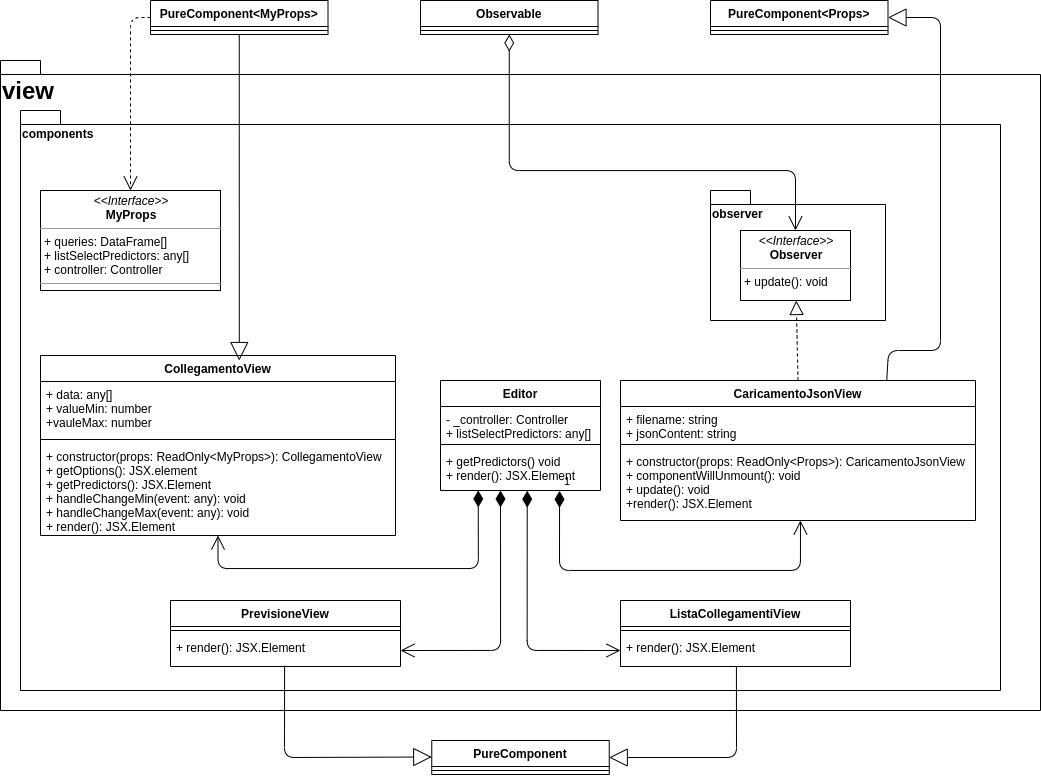
teamafkSWE/PredireInGrafana-docs keeps this draw.io diagram as Diagrams/Classes_diagrams/plugin_view.png. Above is the earlier version. Source tidied: cells renumbered, new cells last; positions are measured from the earlier drawing's top-left corner, leaving out a move shared by most shapes.
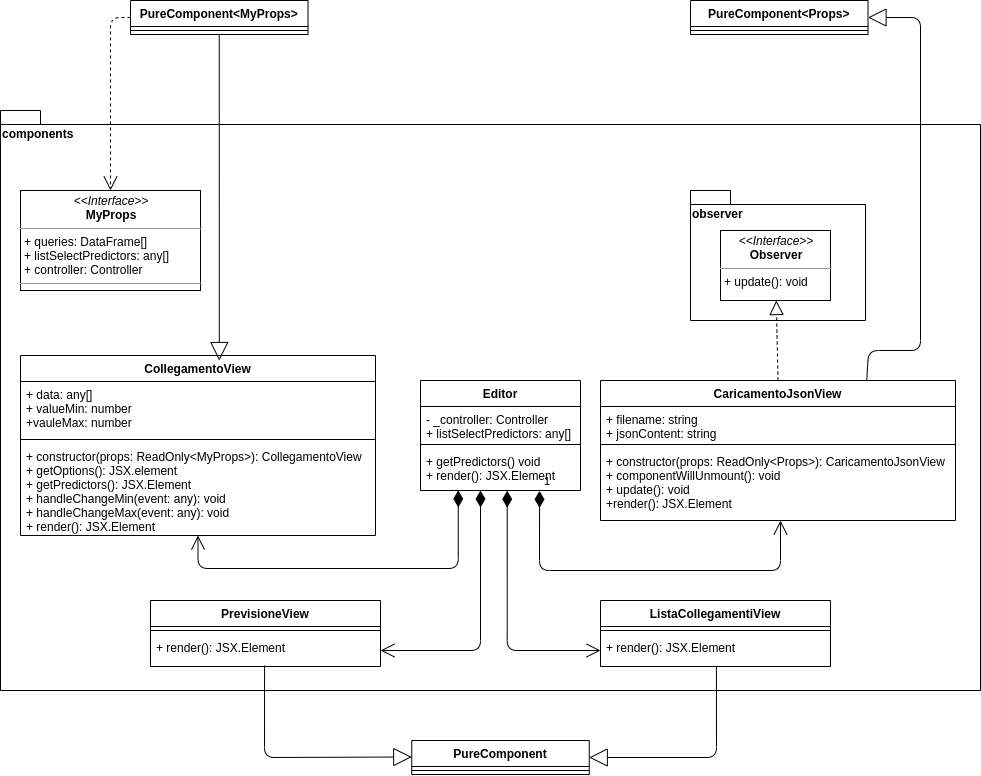
After the change.

Diff of the diagram source:
```diff
@@ -2,9 +2,6 @@
   <root>
     <mxCell id="0" />
     <mxCell id="1" parent="0" />
-    <mxCell id="2" value="&lt;font style=&quot;font-size: 24px&quot;&gt;view&lt;/font&gt;" style="shape=folder;fontStyle=1;spacingTop=10;tabWidth=40;tabHeight=14;tabPosition=left;html=1;align=left;verticalAlign=top;" parent="1" vertex="1">
-      <mxGeometry y="60" width="1040" height="650" as="geometry" />
-    </mxCell>
     <mxCell id="3" value="components" style="shape=folder;fontStyle=1;spacingTop=10;tabWidth=40;tabHeight=14;tabPosition=left;html=1;align=left;verticalAlign=top;" parent="1" vertex="1">
       <mxGeometry x="20" y="110" width="980" height="580" as="geometry" />
     </mxCell>
@@ -17,14 +14,6 @@
     <mxCell id="6" value="&lt;p style=&quot;margin: 0px ; margin-top: 4px ; text-align: center&quot;&gt;&lt;i&gt;&amp;lt;&amp;lt;Interface&amp;gt;&amp;gt;&lt;/i&gt;&lt;br&gt;&lt;b&gt;MyProps&lt;/b&gt;&lt;/p&gt;&lt;hr size=&quot;1&quot;&gt;&lt;p style=&quot;margin: 0px ; margin-left: 4px&quot;&gt;+ queries: DataFrame[]&lt;br&gt;+ listSelectPredictors: any[]&lt;/p&gt;&lt;p style=&quot;margin: 0px ; margin-left: 4px&quot;&gt;+ controller: Controller&lt;/p&gt;&lt;hr size=&quot;1&quot;&gt;&lt;p style=&quot;margin: 0px ; margin-left: 4px&quot;&gt;&lt;br&gt;&lt;/p&gt;" style="verticalAlign=top;align=left;overflow=fill;fontSize=12;fontFamily=Helvetica;html=1;" parent="1" vertex="1">
       <mxGeometry x="40" y="190" width="180" height="100" as="geometry" />
     </mxCell>
-    <mxCell id="7" style="endArrow=open;html=1;endSize=12;startArrow=diamondThin;startSize=14;startFill=0;edgeStyle=orthogonalEdgeStyle;align=left;verticalAlign=bottom;exitX=0.5;exitY=1;exitDx=0;exitDy=0;" parent="1" edge="1" source="38" target="5">
-      <mxGeometry x="-1" y="3" relative="1" as="geometry">
-        <Array as="points">
-          <mxPoint x="509" y="170" />
-          <mxPoint x="795" y="170" />
-        </Array>
-      </mxGeometry>
-    </mxCell>
     <mxCell id="8" style="endArrow=block;dashed=1;endFill=0;endSize=12;html=1;exitX=0.5;exitY=0;exitDx=0;exitDy=0;" parent="1" edge="1" source="9" target="5">
       <mxGeometry relative="1" as="geometry" />
     </mxCell>
@@ -141,12 +130,6 @@
         <mxPoint x="90" y="-13" as="offset" />
       </mxGeometry>
     </mxCell>
-    <mxCell id="38" value="Observable" style="swimlane;fontStyle=1;align=center;verticalAlign=top;horizontal=1;startSize=26;" parent="1" vertex="1">
-      <mxGeometry x="420" width="177.5" height="34" as="geometry" />
-    </mxCell>
-    <mxCell id="39" style="line;strokeWidth=1;fillColor=none;align=left;verticalAlign=middle;spacingTop=-1;spacingLeft=3;spacingRight=3;labelPosition=right;" parent="38" vertex="1">
-      <mxGeometry y="26" width="177.5" height="8" as="geometry" />
-    </mxCell>
     <mxCell id="40" value="PureComponent&lt;MyProps&gt;" style="swimlane;fontStyle=1;align=center;verticalAlign=top;horizontal=1;startSize=26;" parent="1" vertex="1">
       <mxGeometry x="150" width="177.5" height="34" as="geometry" />
     </mxCell>
```
